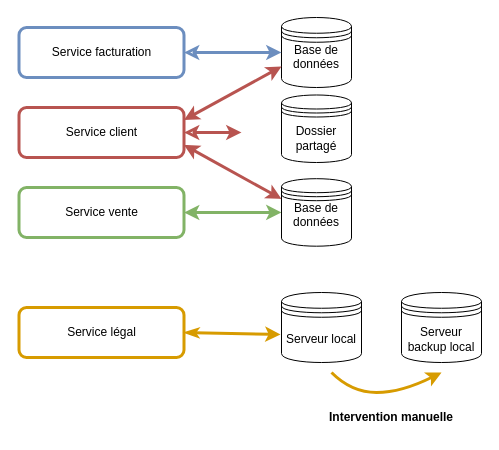
cjour/audit_logistics keeps this draw.io diagram as LAEDiagram.drawio. Above is the earlier version. Source tidied: cells renumbered, new cells numbered last; positions are measured from the earlier drawing's top-left corner, leaving out a move shared by most shapes. Both pictures are drawn from the tidied source at 100%, with x=0, y=0 at pixel (19, 17).
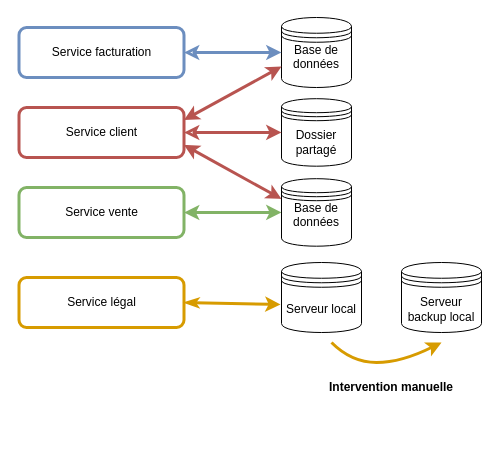
Above is the later version.

Commit message:
Mettre à jour LAEDiagram.drawio

The change refers to these unchanged cells:
```xml
<mxCell id="10" style="rounded=1;whiteSpace=wrap;html=1;fontFamily=Helvetica;fontSize=12;strokeWidth=3;fillColor=none;strokeColor=#b85450;" parent="1" vertex="1">
  <mxGeometry x="-0.5" y="90" width="165" height="50" as="geometry" />
</mxCell>
```

Diff of the diagram source:
```diff
@@
     <mxCell id="6" value="Dossier partagé" style="shape=datastore;whiteSpace=wrap;html=1;" parent="1" vertex="1">
-      <mxGeometry x="262" y="77.5" width="70" height="67.5" as="geometry" />
+      <mxGeometry x="262" y="81.2" width="70" height="67.5" as="geometry" />
     </mxCell>
     <mxCell id="7" value="&lt;div&gt;Service légal&lt;/div&gt;" style="text;html=1;align=center;verticalAlign=middle;strokeColor=none;fillColor=none;" parent="1" vertex="1">
-      <mxGeometry x="37" y="300" width="90" height="30" as="geometry" />
+      <mxGeometry x="37" y="270" width="90" height="30" as="geometry" />
     </mxCell>
@@
-    <mxCell id="11" style="endArrow=classic;html=1;rounded=0;fontFamily=Helvetica;fontSize=12;exitX=1;exitY=0.5;exitDx=0;exitDy=0;fillColor=#f8cecc;strokeColor=#b85450;strokeWidth=3;startArrow=classic;startFill=0;" parent="1" edge="1" source="10">
-      <mxGeometry relative="1" as="geometry">
-        <mxPoint x="222" y="115" as="targetPoint" />
-      </mxGeometry>
+    <mxCell id="11" style="endArrow=classic;html=1;rounded=0;fontFamily=Helvetica;fontSize=12;exitX=1;exitY=0.5;exitDx=0;exitDy=0;fillColor=#f8cecc;strokeColor=#b85450;strokeWidth=3;startArrow=classic;startFill=0;entryX=0;entryY=0.5;entryDx=0;entryDy=0;" parent="1" edge="1" source="10" target="6">
+      <mxGeometry relative="1" as="geometry" />
     </mxCell>
@@
     <mxCell id="16" value="Serveur local" style="shape=datastore;whiteSpace=wrap;html=1;" parent="1" vertex="1">
-      <mxGeometry x="262" y="275" width="80" height="70" as="geometry" />
+      <mxGeometry x="262" y="245" width="80" height="70" as="geometry" />
     </mxCell>
     <mxCell id="17" value="Serveur backup local" style="shape=datastore;whiteSpace=wrap;html=1;" parent="1" vertex="1">
-      <mxGeometry x="382" y="275" width="80" height="70" as="geometry" />
+      <mxGeometry x="382" y="245" width="80" height="70" as="geometry" />
     </mxCell>
     <mxCell id="18" style="rounded=1;whiteSpace=wrap;html=1;fontFamily=Helvetica;fontSize=12;strokeWidth=3;fillColor=none;strokeColor=#d79b00;" parent="1" vertex="1">
-      <mxGeometry x="-0.5" y="290" width="165" height="50" as="geometry" />
+      <mxGeometry x="-0.5" y="260" width="165" height="50" as="geometry" />
     </mxCell>
@@
     <mxCell id="20" style="curved=1;endArrow=classic;html=1;rounded=0;fontFamily=Helvetica;fontSize=12;strokeWidth=3;fillColor=#ffe6cc;strokeColor=#d79b00;" parent="1" edge="1">
       <mxGeometry relative="1" as="geometry">
-        <mxPoint x="312" y="355" as="sourcePoint" />
-        <mxPoint x="422" y="355" as="targetPoint" />
+        <mxPoint x="312" y="325" as="sourcePoint" />
+        <mxPoint x="422" y="325" as="targetPoint" />
         <Array as="points">
-          <mxPoint x="332" y="375" />
-          <mxPoint x="382" y="375" />
+          <mxPoint x="332" y="345" />
+          <mxPoint x="382" y="345" />
         </Array>
       </mxGeometry>
     </mxCell>
     <mxCell id="21" value="Intervention manuelle" style="text;html=1;strokeColor=none;fillColor=none;align=center;verticalAlign=middle;whiteSpace=wrap;rounded=0;fontFamily=Helvetica;fontSize=12;fontStyle=1;" parent="1" vertex="1">
-      <mxGeometry x="302" y="385" width="140" height="30" as="geometry" />
+      <mxGeometry x="302" y="355" width="140" height="30" as="geometry" />
     </mxCell>
```
